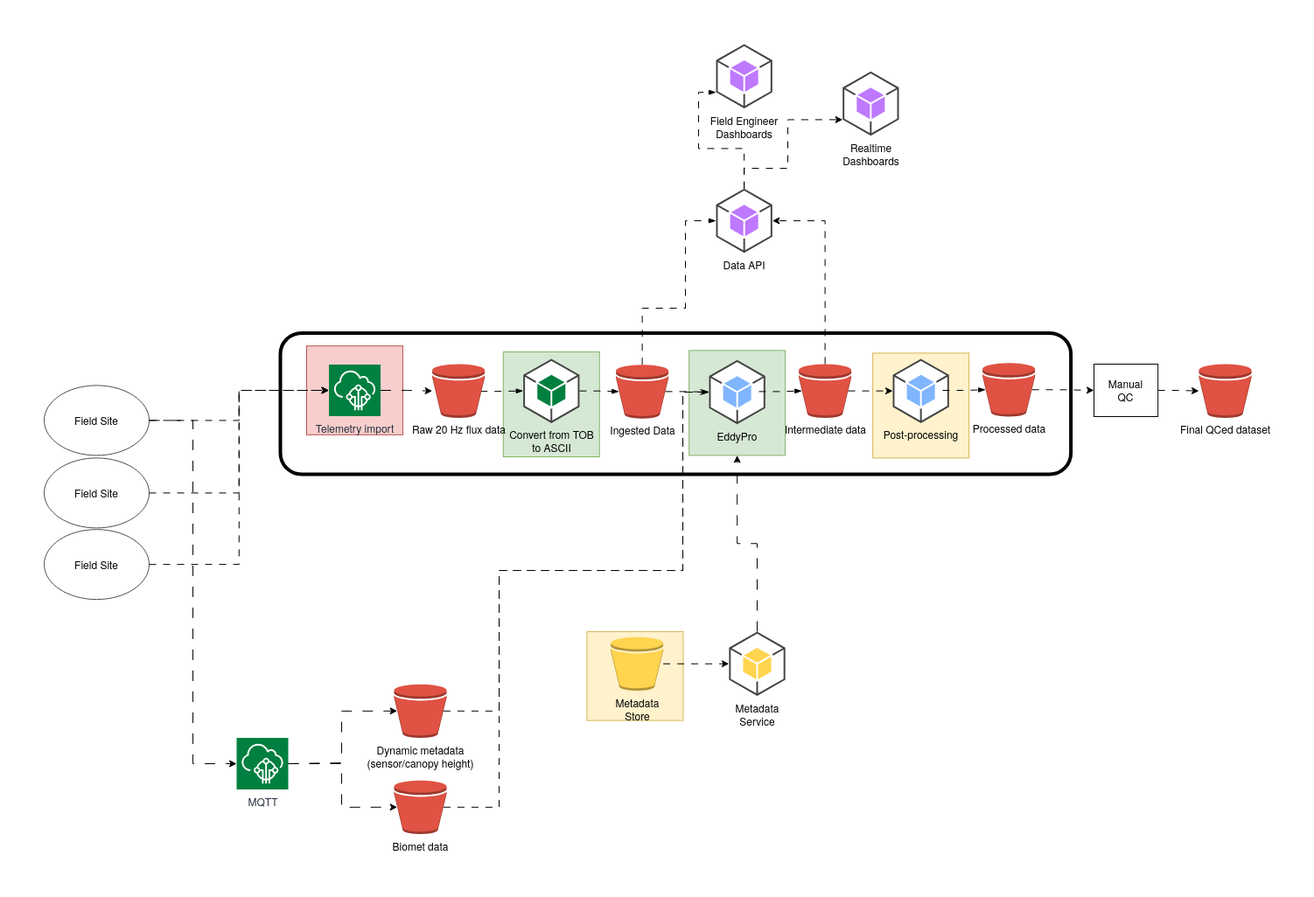
This is flux/FDRI Flux.drawio.png from NERC-CEH/fdri_words, a draw.io export, as it was before one commit. Source tidied: cells renumbered, new cells last; positions are measured from the earlier drawing's top-left corner, leaving out a move shared by most shapes. Its diagram source:
```xml
<mxGraphModel>
  <root>
    <mxCell id="0" />
    <mxCell id="1" parent="0" />
    <mxCell id="2" style="rounded=0;whiteSpace=wrap;html=1;fillColor=#fff2cc;strokeColor=#d6b656;" parent="1" vertex="1">
      <mxGeometry x="620.5" y="672" width="110" height="101.6" as="geometry" />
    </mxCell>
    <mxCell id="3" style="rounded=1;whiteSpace=wrap;html=1;fillColor=none;strokeWidth=4;" parent="1" vertex="1">
      <mxGeometry x="270" y="330.4" width="903.6" height="161.6" as="geometry" />
    </mxCell>
    <mxCell id="4" style="rounded=0;whiteSpace=wrap;html=1;fillColor=#fff2cc;strokeColor=#d6b656;" parent="1" vertex="1">
      <mxGeometry x="947.2" y="353.4" width="110" height="120" as="geometry" />
    </mxCell>
    <mxCell id="5" style="rounded=0;whiteSpace=wrap;html=1;fillColor=#d5e8d4;strokeColor=#82b366;" parent="1" vertex="1">
      <mxGeometry x="737.2" y="350.4" width="110" height="120" as="geometry" />
    </mxCell>
    <mxCell id="6" style="rounded=0;whiteSpace=wrap;html=1;fillColor=#d5e8d4;strokeColor=#82b366;" parent="1" vertex="1">
      <mxGeometry x="524.8" y="352" width="110" height="120" as="geometry" />
    </mxCell>
    <mxCell id="7" style="rounded=0;whiteSpace=wrap;html=1;fillColor=#f8cecc;strokeColor=#b85450;" parent="1" vertex="1">
      <mxGeometry x="300" y="345.2" width="110" height="101.6" as="geometry" />
    </mxCell>
    <mxCell id="8" style="edgeStyle=orthogonalEdgeStyle;rounded=0;jettySize=auto;html=1;exitX=1;exitY=0.5;exitDx=0;exitDy=0;exitPerimeter=0;dashed=1;dashPattern=12 12;" parent="1" edge="1" source="9" target="11">
      <mxGeometry relative="1" as="geometry" />
    </mxCell>
    <mxCell id="9" value="Telemetry import" style="points=[[0,0,0],[0.25,0,0],[0.5,0,0],[0.75,0,0],[1,0,0],[0,1,0],[0.25,1,0],[0.5,1,0],[0.75,1,0],[1,1,0],[0,0.25,0],[0,0.5,0],[0,0.75,0],[1,0.25,0],[1,0.5,0],[1,0.75,0]];outlineConnect=0;fontColor=#232F3E;fillColor=light-dark(#008040, #5d3800);strokeColor=#ffffff;dashed=0;verticalLabelPosition=bottom;verticalAlign=top;align=center;html=1;fontSize=12;fontStyle=0;shape=mxgraph.aws4.resourceIcon;resIcon=mxgraph.aws4.iot_core;rounded=0;" parent="1" vertex="1">
      <mxGeometry x="325.5" y="366.5" width="59" height="59" as="geometry" />
    </mxCell>
    <mxCell id="10" style="edgeStyle=orthogonalEdgeStyle;rounded=0;orthogonalLoop=1;jettySize=auto;html=1;flowAnimation=0;dashed=1;dashPattern=8 8;endArrow=blockThin;endFill=1;" parent="1" edge="1">
      <mxGeometry relative="1" as="geometry">
        <mxPoint x="498.7" y="397.1" as="sourcePoint" />
        <mxPoint x="547.6" y="396.6" as="targetPoint" />
      </mxGeometry>
    </mxCell>
    <mxCell id="11" value="&lt;div&gt;Raw 20 Hz flux data&lt;br&gt;&lt;/div&gt;" style="outlineConnect=0;dashed=0;verticalLabelPosition=bottom;verticalAlign=top;align=center;html=1;shape=mxgraph.aws3.bucket;fillColor=#E05243;gradientColor=none;rounded=0;" parent="1" vertex="1">
      <mxGeometry x="443.6" y="365.9" width="60" height="61.5" as="geometry" />
    </mxCell>
    <mxCell id="12" value="&lt;div&gt;Convert from TOB&lt;/div&gt;&lt;div&gt;to ASCII&lt;/div&gt;" style="outlineConnect=0;dashed=0;verticalLabelPosition=bottom;verticalAlign=top;align=center;html=1;shape=mxgraph.aws3.android;fillColor=light-dark(#008040, #5d3800);gradientColor=none;rounded=0;" parent="1" vertex="1">
      <mxGeometry x="547.6" y="359.9" width="64.3" height="73.5" as="geometry" />
    </mxCell>
    <mxCell id="13" value="&lt;div&gt;Ingested Data&lt;/div&gt;" style="outlineConnect=0;dashed=0;verticalLabelPosition=bottom;verticalAlign=top;align=center;html=1;shape=mxgraph.aws3.bucket;fillColor=#E05243;gradientColor=none;rounded=0;" parent="1" vertex="1">
      <mxGeometry x="653.6" y="366.6" width="60" height="61.5" as="geometry" />
    </mxCell>
    <mxCell id="14" style="edgeStyle=orthogonalEdgeStyle;rounded=0;jettySize=auto;html=1;entryX=0.06;entryY=0.5;entryDx=0;entryDy=0;entryPerimeter=0;flowAnimation=0;dashed=1;dashPattern=8 8;endArrow=blockThin;endFill=1;" parent="1" edge="1" source="12" target="13">
      <mxGeometry relative="1" as="geometry" />
    </mxCell>
    <mxCell id="15" value="Intermediate data" style="outlineConnect=0;dashed=0;verticalLabelPosition=bottom;verticalAlign=top;align=center;html=1;shape=mxgraph.aws3.bucket;fillColor=#E05243;gradientColor=none;rounded=0;" parent="1" vertex="1">
      <mxGeometry x="862.6" y="365.9" width="60" height="61.5" as="geometry" />
    </mxCell>
    <mxCell id="16" value="&lt;div&gt;EddyPro&lt;/div&gt;" style="outlineConnect=0;dashed=0;verticalLabelPosition=bottom;verticalAlign=top;align=center;html=1;shape=mxgraph.aws3.android;fillColor=#80B5FF;gradientColor=none;rounded=0;" parent="1" vertex="1">
      <mxGeometry x="760" y="361.3" width="64.3" height="73.5" as="geometry" />
    </mxCell>
    <mxCell id="17" style="edgeStyle=orthogonalEdgeStyle;rounded=0;jettySize=auto;html=1;flowAnimation=0;exitX=0.94;exitY=0.5;exitDx=0;exitDy=0;exitPerimeter=0;dashed=1;dashPattern=8 8;endArrow=blockThin;endFill=1;" parent="1" edge="1" source="13" target="16">
      <mxGeometry relative="1" as="geometry" />
    </mxCell>
    <mxCell id="18" style="edgeStyle=orthogonalEdgeStyle;rounded=0;jettySize=auto;html=1;entryX=0.06;entryY=0.5;entryDx=0;entryDy=0;entryPerimeter=0;flowAnimation=0;exitX=1;exitY=0.5;exitDx=0;exitDy=0;exitPerimeter=0;dashed=1;dashPattern=8 8;endArrow=blockThin;endFill=1;" parent="1" edge="1" target="15">
      <mxGeometry relative="1" as="geometry">
        <mxPoint x="816.9" y="397.4" as="sourcePoint" />
      </mxGeometry>
    </mxCell>
    <mxCell id="19" value="&lt;div&gt;Field Engineer&lt;/div&gt;&lt;div&gt;Dashboards&lt;/div&gt;" style="outlineConnect=0;dashed=0;verticalLabelPosition=bottom;verticalAlign=top;align=center;html=1;shape=mxgraph.aws3.android;fillColor=light-dark(#BE79FF,#2D5B9A);gradientColor=none;rounded=0;" parent="1" vertex="1">
      <mxGeometry x="768" width="64.3" height="73.5" as="geometry" />
    </mxCell>
    <mxCell id="20" value="&lt;div&gt;Realtime&lt;/div&gt;&lt;div&gt;Dashboards&lt;/div&gt;" style="outlineConnect=0;dashed=0;verticalLabelPosition=bottom;verticalAlign=top;align=center;html=1;shape=mxgraph.aws3.android;fillColor=light-dark(#BE79FF,#2D5B9A);gradientColor=none;rounded=0;" parent="1" vertex="1">
      <mxGeometry x="912.7" y="31.2" width="64.3" height="73.5" as="geometry" />
    </mxCell>
    <mxCell id="21" style="edgeStyle=orthogonalEdgeStyle;rounded=0;jettySize=auto;html=1;exitX=0.5;exitY=0;exitDx=0;exitDy=0;entryX=0;entryY=0.75;entryDx=0;entryDy=0;entryPerimeter=0;dashed=1;dashPattern=8 8;exitPerimeter=0;" parent="1" edge="1" source="33" target="20">
      <mxGeometry relative="1" as="geometry">
        <Array as="points">
          <mxPoint x="800" y="142" />
          <mxPoint x="850" y="142" />
          <mxPoint x="850" y="86" />
        </Array>
      </mxGeometry>
    </mxCell>
    <mxCell id="22" style="edgeStyle=orthogonalEdgeStyle;rounded=0;jettySize=auto;html=1;flowAnimation=0;entryX=0;entryY=0.75;entryDx=0;entryDy=0;entryPerimeter=0;dashed=1;dashPattern=8 8;endArrow=blockThin;endFill=1;" parent="1" edge="1" source="33" target="19">
      <mxGeometry relative="1" as="geometry" />
    </mxCell>
    <mxCell id="23" style="edgeStyle=orthogonalEdgeStyle;rounded=0;jettySize=auto;html=1;exitX=1;exitY=0.5;exitDx=0;exitDy=0;dashed=1;dashPattern=8 8;" parent="1" edge="1" source="24" target="35">
      <mxGeometry relative="1" as="geometry" />
    </mxCell>
    <mxCell id="24" value="Manual&lt;div&gt;QC&lt;/div&gt;" style="rounded=0;whiteSpace=wrap;html=1;" parent="1" vertex="1">
      <mxGeometry x="1200" y="366" width="73.2" height="60" as="geometry" />
    </mxCell>
    <mxCell id="25" style="endArrow=blockThin;html=1;rounded=0;exitX=0.5;exitY=0;exitDx=0;exitDy=0;exitPerimeter=0;entryX=0;entryY=0.5;entryDx=0;entryDy=0;edgeStyle=orthogonalEdgeStyle;dashed=1;dashPattern=8 8;endFill=1;entryPerimeter=0;" parent="1" edge="1" source="13" target="33">
      <mxGeometry relative="1" as="geometry">
        <Array as="points">
          <mxPoint x="684" y="302" />
          <mxPoint x="733" y="302" />
          <mxPoint x="733" y="202" />
        </Array>
      </mxGeometry>
    </mxCell>
    <mxCell id="26" value="&lt;div&gt;Metadata&lt;/div&gt;&lt;div&gt;Store&lt;/div&gt;" style="outlineConnect=0;dashed=0;verticalLabelPosition=bottom;verticalAlign=top;align=center;html=1;shape=mxgraph.aws3.bucket;fillColor=#FFD44F;gradientColor=none;rounded=0;" parent="1" vertex="1">
      <mxGeometry x="647.6" y="678" width="60" height="61.5" as="geometry" />
    </mxCell>
    <mxCell id="27" value="Field Site" style="ellipse;whiteSpace=wrap;html=1;fillColor=none;strokeColor=#4D4D4D;fontColor=#000000;gradientColor=none;strokeWidth=1;" parent="1" vertex="1">
      <mxGeometry y="473.4" width="120" height="80" as="geometry" />
    </mxCell>
    <mxCell id="28" value="Field Site" style="ellipse;whiteSpace=wrap;html=1;fillColor=none;strokeColor=#4D4D4D;fontColor=#000000;gradientColor=none;strokeWidth=1;" parent="1" vertex="1">
      <mxGeometry y="390.4" width="120" height="80" as="geometry" />
    </mxCell>
    <mxCell id="29" value="Field Site" style="ellipse;whiteSpace=wrap;html=1;fillColor=none;strokeColor=#4D4D4D;fontColor=#000000;gradientColor=none;strokeWidth=1;" parent="1" vertex="1">
      <mxGeometry y="555.1" width="120" height="80" as="geometry" />
    </mxCell>
    <mxCell id="30" style="endArrow=classic;html=1;rounded=0;exitX=1;exitY=0.5;exitDx=0;exitDy=0;entryX=0;entryY=0.5;entryDx=0;entryDy=0;entryPerimeter=0;edgeStyle=orthogonalEdgeStyle;dashed=1;dashPattern=8 8;" parent="1" edge="1" source="27" target="9">
      <mxGeometry relative="1" as="geometry" />
    </mxCell>
    <mxCell id="31" style="edgeStyle=orthogonalEdgeStyle;rounded=0;jettySize=auto;html=1;exitX=0.5;exitY=0;exitDx=0;exitDy=0;exitPerimeter=0;entryX=0.5;entryY=1;entryDx=0;entryDy=0;dashed=1;dashPattern=12 12;" parent="1" edge="1" source="32" target="5">
      <mxGeometry relative="1" as="geometry" />
    </mxCell>
    <mxCell id="32" value="&lt;div&gt;Metadata&lt;/div&gt;&lt;div&gt;Service&lt;/div&gt;" style="outlineConnect=0;dashed=0;verticalLabelPosition=bottom;verticalAlign=top;align=center;html=1;shape=mxgraph.aws3.android;fillColor=#FFD44F;gradientColor=none;rounded=0;" parent="1" vertex="1">
      <mxGeometry x="782.8" y="672" width="64.3" height="73.5" as="geometry" />
    </mxCell>
    <mxCell id="33" value="Data API" style="outlineConnect=0;dashed=0;verticalLabelPosition=bottom;verticalAlign=top;align=center;html=1;shape=mxgraph.aws3.android;fillColor=#BE79FF;gradientColor=none;rounded=0;" parent="1" vertex="1">
      <mxGeometry x="768" y="165.2" width="64.3" height="73.5" as="geometry" />
    </mxCell>
    <mxCell id="34" style="edgeStyle=orthogonalEdgeStyle;rounded=0;jettySize=auto;html=1;entryX=0;entryY=0.5;entryDx=0;entryDy=0;entryPerimeter=0;dashed=1;dashPattern=8 8;" parent="1" edge="1" source="26" target="32">
      <mxGeometry relative="1" as="geometry" />
    </mxCell>
    <mxCell id="35" value="&lt;div&gt;Final QCed dataset&lt;/div&gt;" style="outlineConnect=0;dashed=0;verticalLabelPosition=bottom;verticalAlign=top;align=center;html=1;shape=mxgraph.aws3.bucket;fillColor=#E05243;gradientColor=none;rounded=0;" parent="1" vertex="1">
      <mxGeometry x="1320" y="365.9" width="60" height="61.5" as="geometry" />
    </mxCell>
    <mxCell id="36" style="edgeStyle=orthogonalEdgeStyle;rounded=0;jettySize=auto;html=1;exitX=1;exitY=0.5;exitDx=0;exitDy=0;entryX=0;entryY=0.5;entryDx=0;entryDy=0;entryPerimeter=0;dashed=1;dashPattern=8 8;" parent="1" edge="1" source="29" target="9">
      <mxGeometry relative="1" as="geometry" />
    </mxCell>
    <mxCell id="37" style="edgeStyle=orthogonalEdgeStyle;rounded=0;jettySize=auto;html=1;exitX=1;exitY=0.5;exitDx=0;exitDy=0;entryX=0;entryY=0.5;entryDx=0;entryDy=0;entryPerimeter=0;dashed=1;dashPattern=8 8;" parent="1" edge="1" source="28" target="9">
      <mxGeometry relative="1" as="geometry" />
    </mxCell>
    <mxCell id="38" style="edgeStyle=orthogonalEdgeStyle;rounded=0;jettySize=auto;html=1;exitX=0.5;exitY=0;exitDx=0;exitDy=0;exitPerimeter=0;entryX=1;entryY=0.5;entryDx=0;entryDy=0;entryPerimeter=0;dashed=1;dashPattern=8 8;" parent="1" edge="1" source="15" target="33">
      <mxGeometry relative="1" as="geometry" />
    </mxCell>
    <mxCell id="39" value="&lt;div&gt;Dynamic metadata&lt;/div&gt;&lt;div&gt;(sensor/canopy height)&lt;/div&gt;" style="outlineConnect=0;dashed=0;verticalLabelPosition=bottom;verticalAlign=top;align=center;html=1;shape=mxgraph.aws3.bucket;fillColor=#E05243;gradientColor=none;rounded=0;" parent="1" vertex="1">
      <mxGeometry x="400" y="732" width="60" height="61.5" as="geometry" />
    </mxCell>
    <mxCell id="40" value="Biomet data" style="outlineConnect=0;dashed=0;verticalLabelPosition=bottom;verticalAlign=top;align=center;html=1;shape=mxgraph.aws3.bucket;fillColor=#E05243;gradientColor=none;rounded=0;" parent="1" vertex="1">
      <mxGeometry x="400" y="842" width="60" height="61.5" as="geometry" />
    </mxCell>
    <mxCell id="41" style="edgeStyle=orthogonalEdgeStyle;rounded=0;jettySize=auto;html=1;exitX=0.94;exitY=0.5;exitDx=0;exitDy=0;exitPerimeter=0;entryX=0;entryY=0.5;entryDx=0;entryDy=0;entryPerimeter=0;fontSize=12;startSize=8;endSize=8;elbow=vertical;dashed=1;dashPattern=8 8;endArrow=openThin;endFill=0;" parent="1" edge="1" source="39" target="16">
      <mxGeometry relative="1" as="geometry">
        <Array as="points">
          <mxPoint x="520" y="763" />
          <mxPoint x="520" y="602" />
          <mxPoint x="730" y="602" />
          <mxPoint x="730" y="398" />
        </Array>
      </mxGeometry>
    </mxCell>
    <mxCell id="42" style="edgeStyle=orthogonalEdgeStyle;rounded=0;jettySize=auto;html=1;exitX=0.94;exitY=0.5;exitDx=0;exitDy=0;exitPerimeter=0;entryX=0;entryY=0.5;entryDx=0;entryDy=0;entryPerimeter=0;fontSize=12;startSize=6;endSize=6;dashed=1;dashPattern=8 8;endArrow=blockThin;endFill=1;" parent="1" edge="1" source="40" target="16">
      <mxGeometry relative="1" as="geometry">
        <Array as="points">
          <mxPoint x="520" y="873" />
          <mxPoint x="520" y="602" />
          <mxPoint x="730" y="602" />
          <mxPoint x="730" y="398" />
        </Array>
      </mxGeometry>
    </mxCell>
    <mxCell id="43" style="edgeStyle=orthogonalEdgeStyle;rounded=0;jettySize=auto;html=1;exitX=0.94;exitY=0.5;exitDx=0;exitDy=0;exitPerimeter=0;entryX=0;entryY=0.5;entryDx=0;entryDy=0;dashed=1;dashPattern=8 8;" parent="1" edge="1" source="44" target="24">
      <mxGeometry relative="1" as="geometry" />
    </mxCell>
    <mxCell id="44" value="Processed data" style="outlineConnect=0;dashed=0;verticalLabelPosition=bottom;verticalAlign=top;align=center;html=1;shape=mxgraph.aws3.bucket;fillColor=#E05243;gradientColor=none;rounded=0;" parent="1" vertex="1">
      <mxGeometry x="1072.6" y="364.5" width="60" height="61.5" as="geometry" />
    </mxCell>
    <mxCell id="45" value="&lt;div&gt;Post-processing&lt;/div&gt;" style="outlineConnect=0;dashed=0;verticalLabelPosition=bottom;verticalAlign=top;align=center;html=1;shape=mxgraph.aws3.android;fillColor=#80B5FF;gradientColor=none;rounded=0;" parent="1" vertex="1">
      <mxGeometry x="970" y="359.9" width="64.3" height="73.5" as="geometry" />
    </mxCell>
    <mxCell id="46" style="edgeStyle=orthogonalEdgeStyle;rounded=0;jettySize=auto;html=1;entryX=0.06;entryY=0.5;entryDx=0;entryDy=0;entryPerimeter=0;flowAnimation=0;exitX=1;exitY=0.5;exitDx=0;exitDy=0;exitPerimeter=0;dashed=1;dashPattern=8 8;endArrow=blockThin;endFill=1;" parent="1" edge="1" target="44">
      <mxGeometry relative="1" as="geometry">
        <mxPoint x="1026.9" y="396" as="sourcePoint" />
      </mxGeometry>
    </mxCell>
    <mxCell id="47" style="edgeStyle=orthogonalEdgeStyle;rounded=0;jettySize=auto;html=1;exitX=0.94;exitY=0.5;exitDx=0;exitDy=0;exitPerimeter=0;entryX=0;entryY=0.5;entryDx=0;entryDy=0;entryPerimeter=0;dashed=1;dashPattern=8 8;" parent="1" edge="1" source="15" target="45">
      <mxGeometry relative="1" as="geometry" />
    </mxCell>
    <mxCell id="48" value="&lt;div&gt;MQTT&lt;/div&gt;&lt;div&gt;&lt;br&gt;&lt;/div&gt;" style="points=[[0,0,0],[0.25,0,0],[0.5,0,0],[0.75,0,0],[1,0,0],[0,1,0],[0.25,1,0],[0.5,1,0],[0.75,1,0],[1,1,0],[0,0.25,0],[0,0.5,0],[0,0.75,0],[1,0.25,0],[1,0.5,0],[1,0.75,0]];outlineConnect=0;fontColor=#232F3E;fillColor=light-dark(#008040, #5d3800);strokeColor=#ffffff;dashed=0;verticalLabelPosition=bottom;verticalAlign=top;align=center;html=1;fontSize=12;fontStyle=0;shape=mxgraph.aws4.resourceIcon;resIcon=mxgraph.aws4.iot_core;rounded=0;" parent="1" vertex="1">
      <mxGeometry x="220" y="793.5" width="59" height="59" as="geometry" />
    </mxCell>
    <mxCell id="49" style="edgeStyle=orthogonalEdgeStyle;rounded=0;jettySize=auto;html=1;exitX=1;exitY=0.5;exitDx=0;exitDy=0;entryX=0;entryY=0.5;entryDx=0;entryDy=0;entryPerimeter=0;dashed=1;dashPattern=12 12;" parent="1" edge="1" source="28" target="48">
      <mxGeometry relative="1" as="geometry" />
    </mxCell>
    <mxCell id="50" style="edgeStyle=orthogonalEdgeStyle;rounded=0;jettySize=auto;html=1;exitX=1;exitY=0.5;exitDx=0;exitDy=0;exitPerimeter=0;entryX=0.06;entryY=0.5;entryDx=0;entryDy=0;entryPerimeter=0;dashed=1;dashPattern=12 12;" parent="1" edge="1" source="48" target="39">
      <mxGeometry relative="1" as="geometry">
        <Array as="points">
          <mxPoint x="340" y="822" />
          <mxPoint x="340" y="763" />
        </Array>
      </mxGeometry>
    </mxCell>
    <mxCell id="51" style="edgeStyle=orthogonalEdgeStyle;rounded=0;jettySize=auto;html=1;exitX=1;exitY=0.5;exitDx=0;exitDy=0;exitPerimeter=0;entryX=0.06;entryY=0.5;entryDx=0;entryDy=0;entryPerimeter=0;dashed=1;dashPattern=12 12;" parent="1" edge="1" source="48" target="40">
      <mxGeometry relative="1" as="geometry">
        <Array as="points">
          <mxPoint x="340" y="823" />
          <mxPoint x="340" y="873" />
        </Array>
      </mxGeometry>
    </mxCell>
  </root>
</mxGraphModel>
```
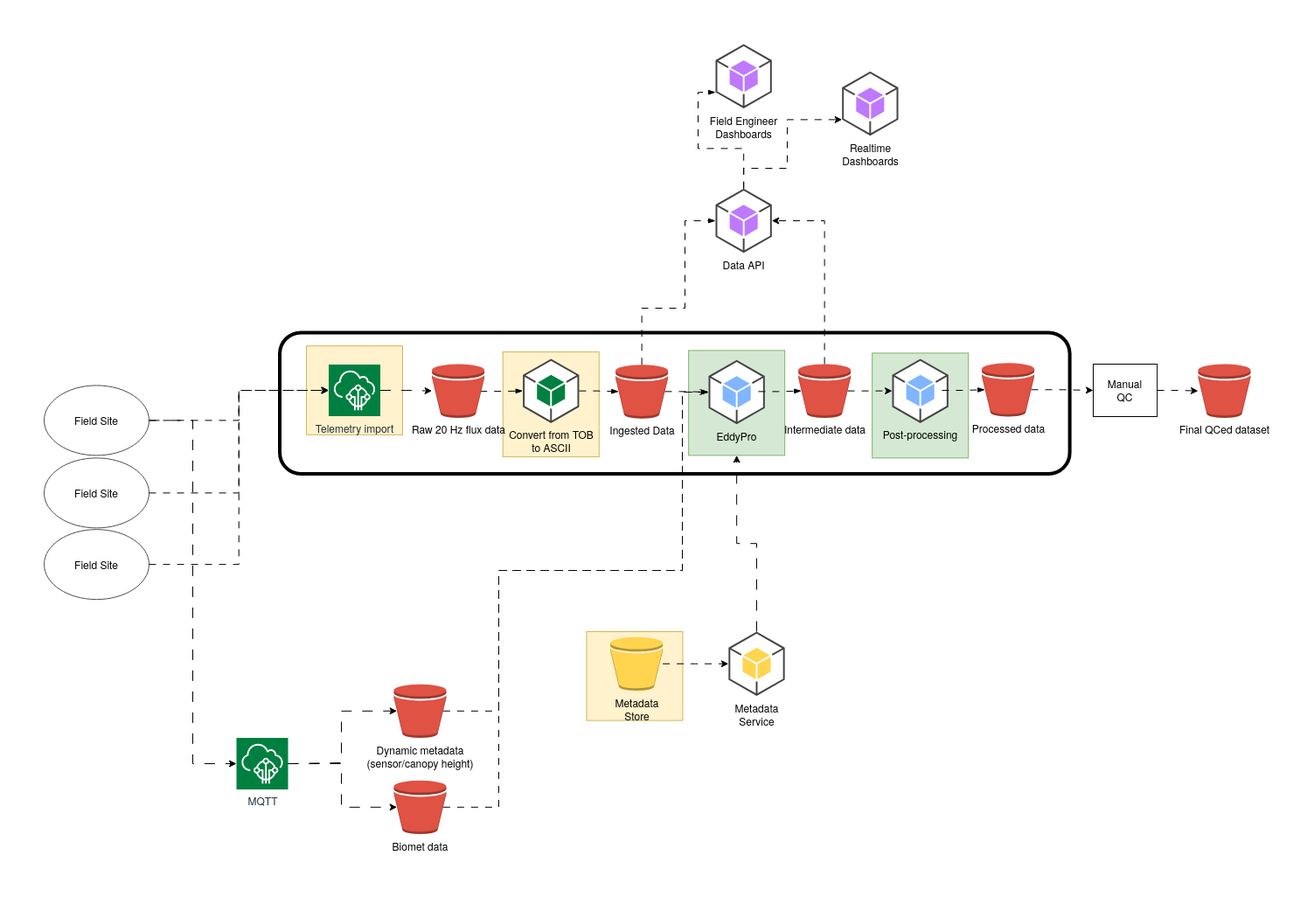
Above is the later version.

Commit message:
Update Flux diagram

Diff of the diagram source:
```diff
@@ -8,16 +8,16 @@
     <mxCell id="3" style="rounded=1;whiteSpace=wrap;html=1;fillColor=none;strokeWidth=4;" parent="1" vertex="1">
       <mxGeometry x="270" y="330.4" width="903.6" height="161.6" as="geometry" />
     </mxCell>
-    <mxCell id="4" style="rounded=0;whiteSpace=wrap;html=1;fillColor=#fff2cc;strokeColor=#d6b656;" parent="1" vertex="1">
+    <mxCell id="4" style="rounded=0;whiteSpace=wrap;html=1;fillColor=#d5e8d4;strokeColor=#82b366;" parent="1" vertex="1">
       <mxGeometry x="947.2" y="353.4" width="110" height="120" as="geometry" />
     </mxCell>
     <mxCell id="5" style="rounded=0;whiteSpace=wrap;html=1;fillColor=#d5e8d4;strokeColor=#82b366;" parent="1" vertex="1">
       <mxGeometry x="737.2" y="350.4" width="110" height="120" as="geometry" />
     </mxCell>
-    <mxCell id="6" style="rounded=0;whiteSpace=wrap;html=1;fillColor=#d5e8d4;strokeColor=#82b366;" parent="1" vertex="1">
+    <mxCell id="6" style="rounded=0;whiteSpace=wrap;html=1;fillColor=#fff2cc;strokeColor=#d6b656;fillStyle=auto;" parent="1" vertex="1">
       <mxGeometry x="524.8" y="352" width="110" height="120" as="geometry" />
     </mxCell>
-    <mxCell id="7" style="rounded=0;whiteSpace=wrap;html=1;fillColor=#f8cecc;strokeColor=#b85450;" parent="1" vertex="1">
+    <mxCell id="7" style="rounded=0;whiteSpace=wrap;html=1;fillColor=#fff2cc;strokeColor=#d6b656;" parent="1" vertex="1">
       <mxGeometry x="300" y="345.2" width="110" height="101.6" as="geometry" />
     </mxCell>
     <mxCell id="8" style="edgeStyle=orthogonalEdgeStyle;rounded=0;jettySize=auto;html=1;exitX=1;exitY=0.5;exitDx=0;exitDy=0;exitPerimeter=0;dashed=1;dashPattern=12 12;" parent="1" edge="1" source="9" target="11">
```
